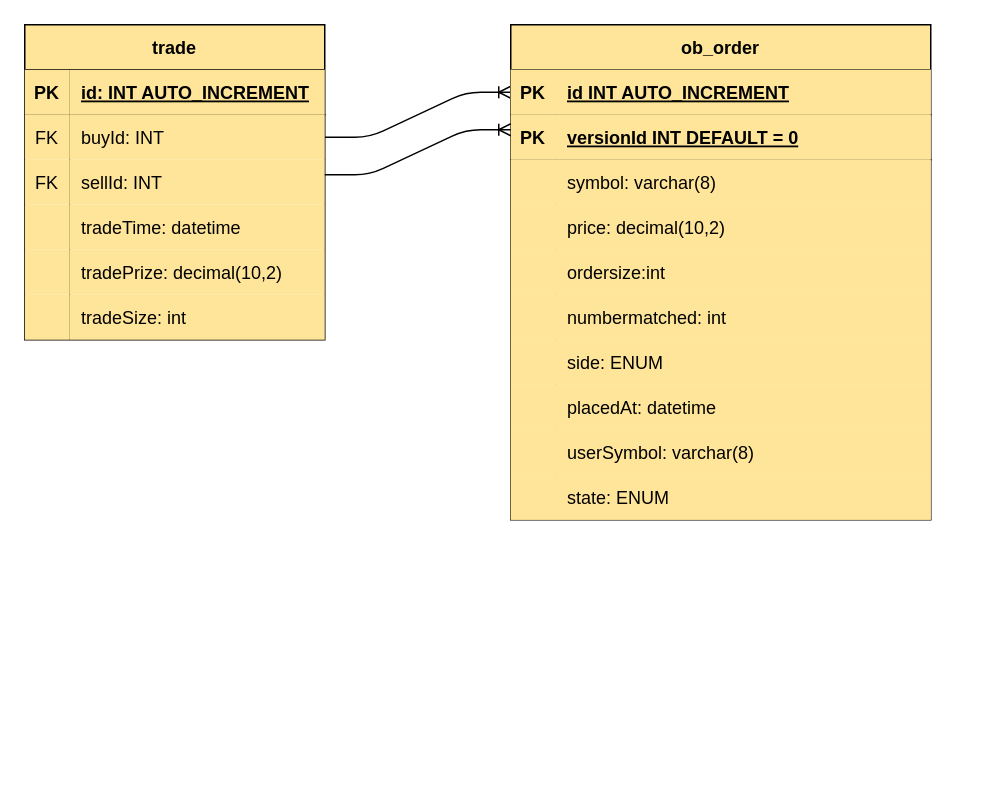
The draw.io diagram page "ERD" (2 of 3) of FlowChart and ERD.drawio in utku-aydin/orderbook, before the edit. Source tidied: cells renumbered, new cells numbered last; positions are measured from the earlier drawing's top-left corner, leaving out a move shared by most shapes. Both pictures are drawn from the tidied source at 150%, with x=0, y=0 at pixel (24, 24).
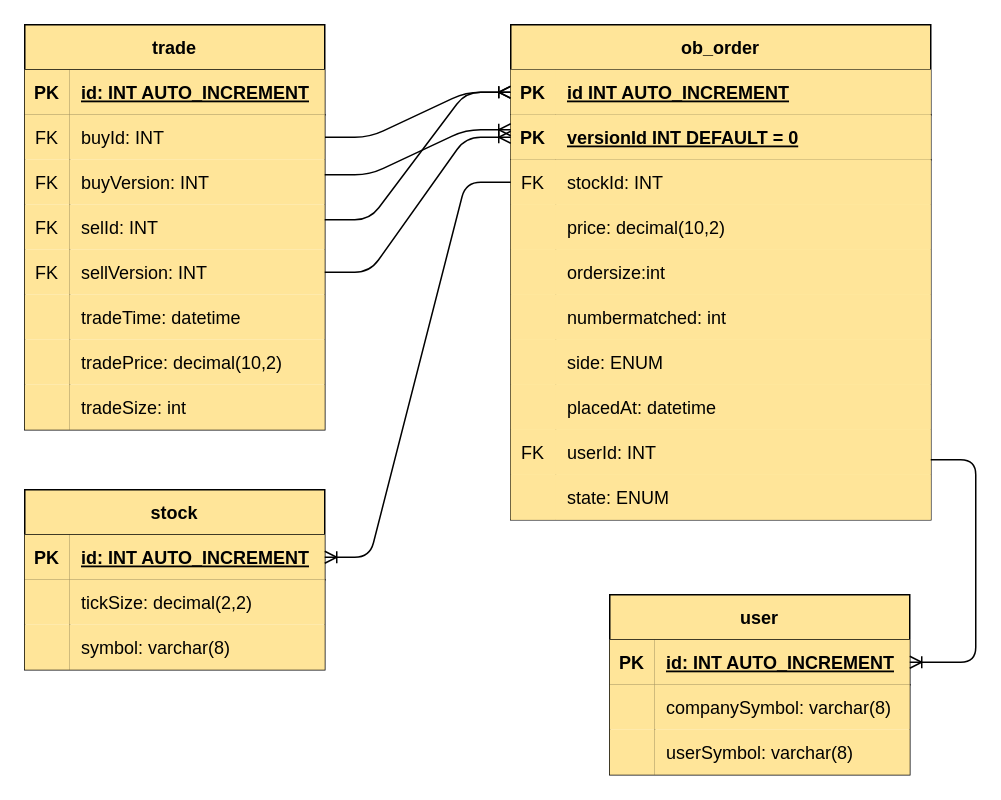
The same page after the edit.

Unchanged cells that the change refers to:
```xml
<mxCell id="23" style="shape=partialRectangle;fillColor=#FFE599;top=0;left=0;bottom=1;right=0;points=[[0,0.5],[1,0.5]];portConstraint=eastwest;strokeColor=#000000;" parent="22" vertex="1">
  <mxGeometry y="30" width="280" height="30" as="geometry" />
</mxCell>
<mxCell id="26" style="shape=partialRectangle;fillColor=#FFE599;top=0;left=0;bottom=1;right=0;points=[[0,0.5],[1,0.5]];portConstraint=eastwest;strokeColor=#000000;" parent="22" vertex="1">
  <mxGeometry y="60" width="280" height="30" as="geometry" />
</mxCell>
<mxCell id="29" style="shape=partialRectangle;fillColor=#FFE599;top=0;left=0;bottom=0;right=0;points=[[0,0.5],[1,0.5]];portConstraint=eastwest;strokeColor=#000000;" parent="22" vertex="1">
  <mxGeometry y="90" width="280" height="30" as="geometry" />
</mxCell>
<mxCell id="47" style="shape=partialRectangle;fillColor=#FFE599;top=0;left=0;bottom=0;right=0;strokeColor=#000000;" parent="22" vertex="1">
  <mxGeometry y="270" width="280" height="30" as="geometry" />
</mxCell>
```

The edit, as a diff of the source:
```diff
@@
     <mxCell id="3" value="trade" style="shape=table;startSize=30;childLayout=tableLayout;rowLines=0;fontStyle=1;align=center;fillColor=#FFE599;strokeColor=#000000;" parent="1" vertex="1">
-      <mxGeometry width="200" height="210" as="geometry" />
+      <mxGeometry width="200" height="270" as="geometry" />
     </mxCell>
@@
+    <mxCell id="54" style="shape=partialRectangle;fillColor=none;top=0;left=0;bottom=0;right=0;strokeColor=#000000;" parent="3" vertex="1">
+      <mxGeometry y="90" width="200" height="30" as="geometry" />
+    </mxCell>
+    <mxCell id="55" value="FK" style="shape=partialRectangle;fillColor=#FFE599;top=0;left=0;bottom=0;right=0;fontStyle=0;overflow=hidden;strokeColor=#000000;" parent="54" vertex="1">
+      <mxGeometry width="30" height="30" as="geometry" />
+    </mxCell>
+    <mxCell id="56" value="buyVersion: INT" style="shape=partialRectangle;fillColor=#FFE599;top=0;left=0;bottom=0;right=0;align=left;spacingLeft=6;fontStyle=0;overflow=hidden;strokeColor=#000000;" parent="54" vertex="1">
+      <mxGeometry x="30" width="170" height="30" as="geometry" />
+    </mxCell>
     <mxCell id="10" style="shape=partialRectangle;fillColor=none;top=0;left=0;bottom=0;right=0;strokeColor=#000000;" parent="3" vertex="1">
-      <mxGeometry y="90" width="200" height="30" as="geometry" />
+      <mxGeometry y="120" width="200" height="30" as="geometry" />
     </mxCell>
@@
-    <mxCell id="12" value="sellId: INT" style="shape=partialRectangle;fillColor=#FFE599;top=0;left=0;bottom=0;right=0;align=left;spacingLeft=6;fontStyle=0;overflow=hidden;strokeColor=#000000;" parent="10" vertex="1">
+    <mxCell id="12" value="selId: INT" style="shape=partialRectangle;fillColor=#FFE599;top=0;left=0;bottom=0;right=0;align=left;spacingLeft=6;fontStyle=0;overflow=hidden;strokeColor=#000000;" parent="10" vertex="1">
       <mxGeometry x="30" width="170" height="30" as="geometry" />
     </mxCell>
+    <mxCell id="57" style="shape=partialRectangle;fillColor=none;top=0;left=0;bottom=0;right=0;points=[[0,0.5],[1,0.5]];portConstraint=eastwest;strokeColor=#000000;" parent="3" vertex="1">
+      <mxGeometry y="150" width="200" height="30" as="geometry" />
+    </mxCell>
+    <mxCell id="58" value="FK" style="shape=partialRectangle;fillColor=#FFE599;top=0;left=0;bottom=0;right=0;fontStyle=0;overflow=hidden;strokeColor=#000000;" parent="57" vertex="1">
+      <mxGeometry width="30" height="30" as="geometry" />
+    </mxCell>
+    <mxCell id="59" value="sellVersion: INT" style="shape=partialRectangle;fillColor=#FFE599;top=0;left=0;bottom=0;right=0;align=left;spacingLeft=6;fontStyle=0;overflow=hidden;strokeColor=#000000;" parent="57" vertex="1">
+      <mxGeometry x="30" width="170" height="30" as="geometry" />
+    </mxCell>
     <mxCell id="13" style="shape=partialRectangle;fillColor=none;top=0;left=0;bottom=0;right=0;strokeColor=#000000;" parent="3" vertex="1">
-      <mxGeometry y="120" width="200" height="30" as="geometry" />
+      <mxGeometry y="180" width="200" height="30" as="geometry" />
     </mxCell>
@@
     <mxCell id="16" style="shape=partialRectangle;fillColor=none;top=0;left=0;bottom=0;right=0;strokeColor=#000000;" parent="3" vertex="1">
-      <mxGeometry y="150" width="200" height="30" as="geometry" />
+      <mxGeometry y="210" width="200" height="30" as="geometry" />
     </mxCell>
@@
-    <mxCell id="18" value="tradePrize: decimal(10,2)" style="shape=partialRectangle;fillColor=#FFE599;top=0;left=0;bottom=0;right=0;align=left;spacingLeft=6;overflow=hidden;strokeColor=#000000;" parent="16" vertex="1">
+    <mxCell id="18" value="tradePrice: decimal(10,2)" style="shape=partialRectangle;fillColor=#FFE599;top=0;left=0;bottom=0;right=0;align=left;spacingLeft=6;overflow=hidden;strokeColor=#000000;" parent="16" vertex="1">
       <mxGeometry x="30" width="170" height="30" as="geometry" />
     </mxCell>
     <mxCell id="19" style="shape=partialRectangle;fillColor=none;top=0;left=0;bottom=0;right=0;strokeColor=#000000;" parent="3" vertex="1">
-      <mxGeometry y="180" width="200" height="30" as="geometry" />
+      <mxGeometry y="240" width="200" height="30" as="geometry" />
     </mxCell>
@@
-    <mxCell id="30" style="shape=partialRectangle;fillColor=#FFE599;top=0;left=0;bottom=0;right=0;overflow=hidden;strokeColor=#000000;" parent="29" vertex="1">
+    <mxCell id="30" value="FK" style="shape=partialRectangle;fillColor=#FFE599;top=0;left=0;bottom=0;right=0;overflow=hidden;strokeColor=#000000;" parent="29" vertex="1">
       <mxGeometry width="30" height="30" as="geometry" />
     </mxCell>
-    <mxCell id="31" value="symbol: varchar(8)" style="shape=partialRectangle;fillColor=#FFE599;top=0;left=0;bottom=0;right=0;align=left;spacingLeft=6;overflow=hidden;strokeColor=#000000;" parent="29" vertex="1">
+    <mxCell id="31" value="stockId: INT" style="shape=partialRectangle;fillColor=#FFE599;top=0;left=0;bottom=0;right=0;align=left;spacingLeft=6;overflow=hidden;strokeColor=#000000;" parent="29" vertex="1">
       <mxGeometry x="30" width="250" height="30" as="geometry" />
     </mxCell>
@@
-    <mxCell id="48" style="shape=partialRectangle;fillColor=#FFE599;top=0;left=0;bottom=0;right=0;overflow=hidden;strokeColor=#000000;" parent="47" vertex="1">
+    <mxCell id="48" value="FK" style="shape=partialRectangle;fillColor=#FFE599;top=0;left=0;bottom=0;right=0;overflow=hidden;strokeColor=#000000;" parent="47" vertex="1">
       <mxGeometry width="30" height="30" as="geometry" />
     </mxCell>
-    <mxCell id="49" value="userSymbol: varchar(8)" style="shape=partialRectangle;fillColor=#FFE599;top=0;left=0;bottom=0;right=0;align=left;spacingLeft=6;overflow=hidden;strokeColor=#000000;" parent="47" vertex="1">
+    <mxCell id="49" value="userId: INT" style="shape=partialRectangle;fillColor=#FFE599;top=0;left=0;bottom=0;right=0;align=left;spacingLeft=6;overflow=hidden;strokeColor=#000000;" parent="47" vertex="1">
       <mxGeometry x="30" width="250" height="30" as="geometry" />
     </mxCell>
@@
+    <mxCell id="60" style="edgeStyle=entityRelationEdgeStyle;fontSize=12;html=1;endArrow=ERoneToMany;entryX=0;entryY=0.5;entryDx=0;entryDy=0;exitX=1;exitY=0.5;exitDx=0;exitDy=0;strokeColor=#000000;" parent="1" edge="1" target="23">
+      <mxGeometry relative="1" as="geometry">
+        <mxPoint x="200" y="130" as="sourcePoint" />
+      </mxGeometry>
+    </mxCell>
+    <mxCell id="61" style="edgeStyle=entityRelationEdgeStyle;fontSize=12;html=1;endArrow=ERoneToMany;entryX=0;entryY=0.5;entryDx=0;entryDy=0;strokeColor=#000000;" parent="1" edge="1" source="57" target="26">
+      <mxGeometry relative="1" as="geometry" />
+    </mxCell>
+    <mxCell id="62" value="stock" style="shape=table;startSize=30;childLayout=tableLayout;rowLines=0;fontStyle=1;align=center;fillColor=#FFE599;strokeColor=#000000;" parent="1" vertex="1">
+      <mxGeometry y="310" width="200" height="120" as="geometry" />
+    </mxCell>
+    <mxCell id="63" style="shape=partialRectangle;fillColor=none;top=0;left=0;bottom=1;right=0;points=[[0,0.5],[1,0.5]];portConstraint=eastwest;strokeColor=#000000;" parent="62" vertex="1">
+      <mxGeometry y="30" width="200" height="30" as="geometry" />
+    </mxCell>
+    <mxCell id="64" value="PK" style="shape=partialRectangle;fillColor=#FFE599;top=0;left=0;bottom=0;right=0;fontStyle=1;overflow=hidden;strokeColor=#000000;" parent="63" vertex="1">
+      <mxGeometry width="30" height="30" as="geometry" />
+    </mxCell>
+    <mxCell id="65" value="id: INT AUTO_INCREMENT" style="shape=partialRectangle;fillColor=#FFE599;top=0;left=0;bottom=0;right=0;align=left;spacingLeft=6;fontStyle=5;overflow=hidden;strokeColor=#000000;" parent="63" vertex="1">
+      <mxGeometry x="30" width="170" height="30" as="geometry" />
+    </mxCell>
+    <mxCell id="66" style="shape=partialRectangle;fillColor=none;top=0;left=0;bottom=0;right=0;strokeColor=#000000;" parent="62" vertex="1">
+      <mxGeometry y="60" width="200" height="30" as="geometry" />
+    </mxCell>
+    <mxCell id="67" style="shape=partialRectangle;fillColor=#FFE599;top=0;left=0;bottom=0;right=0;overflow=hidden;strokeColor=#000000;" parent="66" vertex="1">
+      <mxGeometry width="30" height="30" as="geometry" />
+    </mxCell>
+    <mxCell id="68" value="tickSize: decimal(2,2)" style="shape=partialRectangle;fillColor=#FFE599;top=0;left=0;bottom=0;right=0;align=left;spacingLeft=6;overflow=hidden;strokeColor=#000000;" parent="66" vertex="1">
+      <mxGeometry x="30" width="170" height="30" as="geometry" />
+    </mxCell>
+    <mxCell id="69" style="shape=partialRectangle;fillColor=none;top=0;left=0;bottom=0;right=0;strokeColor=#000000;" parent="62" vertex="1">
+      <mxGeometry y="90" width="200" height="30" as="geometry" />
+    </mxCell>
+    <mxCell id="70" style="shape=partialRectangle;fillColor=#FFE599;top=0;left=0;bottom=0;right=0;overflow=hidden;strokeColor=#000000;" parent="69" vertex="1">
+      <mxGeometry width="30" height="30" as="geometry" />
+    </mxCell>
+    <mxCell id="71" value="symbol: varchar(8)" style="shape=partialRectangle;fillColor=#FFE599;top=0;left=0;bottom=0;right=0;align=left;spacingLeft=6;overflow=hidden;strokeColor=#000000;" parent="69" vertex="1">
+      <mxGeometry x="30" width="170" height="30" as="geometry" />
+    </mxCell>
+    <mxCell id="72" style="edgeStyle=entityRelationEdgeStyle;fontSize=12;html=1;endArrow=ERoneToMany;strokeColor=#000000;" parent="1" edge="1" source="29" target="63">
+      <mxGeometry relative="1" as="geometry" />
+    </mxCell>
+    <mxCell id="73" value="user" style="shape=table;startSize=30;childLayout=tableLayout;rowLines=0;fontStyle=1;align=center;fillColor=#FFE599;strokeColor=#000000;" parent="1" vertex="1">
+      <mxGeometry x="390" y="380" width="200" height="120" as="geometry" />
+    </mxCell>
+    <mxCell id="74" style="shape=partialRectangle;fillColor=none;top=0;left=0;bottom=1;right=0;points=[[0,0.5],[1,0.5]];portConstraint=eastwest;strokeColor=#000000;" parent="73" vertex="1">
+      <mxGeometry y="30" width="200" height="30" as="geometry" />
+    </mxCell>
+    <mxCell id="75" value="PK" style="shape=partialRectangle;fillColor=#FFE599;top=0;left=0;bottom=0;right=0;fontStyle=1;overflow=hidden;strokeColor=#000000;" parent="74" vertex="1">
+      <mxGeometry width="30" height="30" as="geometry" />
+    </mxCell>
+    <mxCell id="76" value="id: INT AUTO_INCREMENT" style="shape=partialRectangle;fillColor=#FFE599;top=0;left=0;bottom=0;right=0;align=left;spacingLeft=6;fontStyle=5;overflow=hidden;strokeColor=#000000;" parent="74" vertex="1">
+      <mxGeometry x="30" width="170" height="30" as="geometry" />
+    </mxCell>
+    <mxCell id="77" style="shape=partialRectangle;fillColor=none;top=0;left=0;bottom=0;right=0;strokeColor=#000000;" parent="73" vertex="1">
+      <mxGeometry y="60" width="200" height="30" as="geometry" />
+    </mxCell>
+    <mxCell id="78" style="shape=partialRectangle;fillColor=#FFE599;top=0;left=0;bottom=0;right=0;overflow=hidden;strokeColor=#000000;" parent="77" vertex="1">
+      <mxGeometry width="30" height="30" as="geometry" />
+    </mxCell>
+    <mxCell id="79" value="companySymbol: varchar(8)" style="shape=partialRectangle;fillColor=#FFE599;top=0;left=0;bottom=0;right=0;align=left;spacingLeft=6;overflow=hidden;strokeColor=#000000;" parent="77" vertex="1">
+      <mxGeometry x="30" width="170" height="30" as="geometry" />
+    </mxCell>
+    <mxCell id="80" style="shape=partialRectangle;fillColor=none;top=0;left=0;bottom=0;right=0;strokeColor=#000000;" parent="73" vertex="1">
+      <mxGeometry y="90" width="200" height="30" as="geometry" />
+    </mxCell>
+    <mxCell id="81" style="shape=partialRectangle;fillColor=#FFE599;top=0;left=0;bottom=0;right=0;overflow=hidden;strokeColor=#000000;" parent="80" vertex="1">
+      <mxGeometry width="30" height="30" as="geometry" />
+    </mxCell>
+    <mxCell id="82" value="userSymbol: varchar(8)" style="shape=partialRectangle;fillColor=#FFE599;top=0;left=0;bottom=0;right=0;align=left;spacingLeft=6;overflow=hidden;strokeColor=#000000;" parent="80" vertex="1">
+      <mxGeometry x="30" width="170" height="30" as="geometry" />
+    </mxCell>
+    <mxCell id="83" style="edgeStyle=entityRelationEdgeStyle;fontSize=12;html=1;endArrow=ERoneToMany;" parent="1" edge="1" target="74">
+      <mxGeometry relative="1" as="geometry">
+        <mxPoint x="604" y="290" as="sourcePoint" />
+      </mxGeometry>
+    </mxCell>
```
